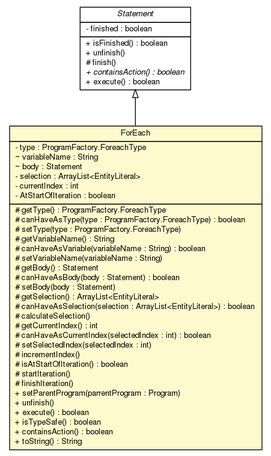
This is doc/model/programs/parsing/language/statement/ForEach.png from sinopeus/asteroids, a Graphviz export, as it was before one commit. Its source is kept beside it as doc/model/programs/parsing/language/statement/ForEach.dot.
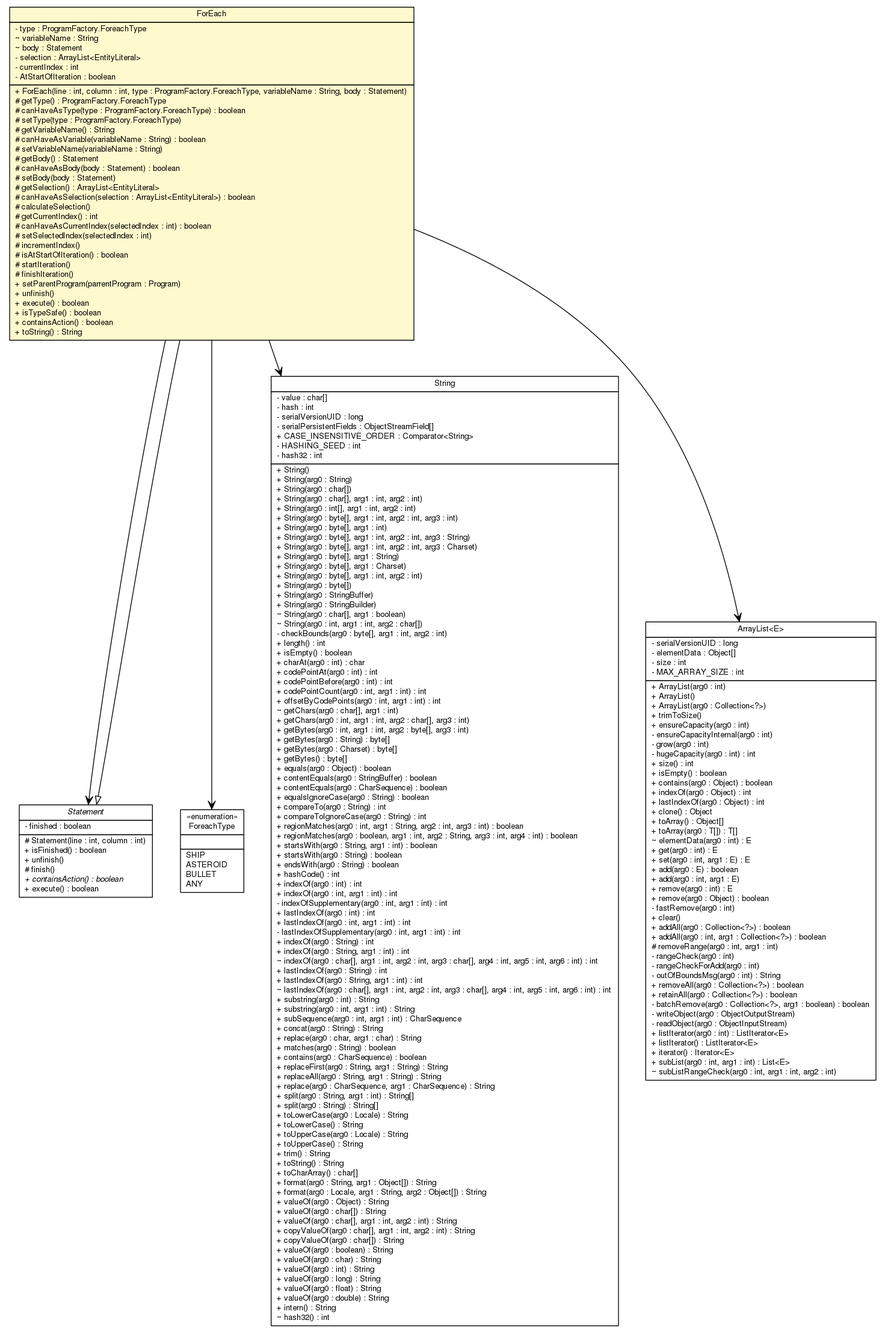
The same file after the commit.

What changed in the source:
```diff
@@ -4,7 +4,22 @@
 	node [fontname="Helvetica",fontsize=10,shape=plaintext];
 	nodesep=0.25;
 	ranksep=0.5;
-	c10129 [label=<<table title="model.programs.parsing.language.statement.Statement" border="0" cellborder="1" cellspacing="0" cellpadding="2" port="p" href="./Statement.html">
+	c10107 [label=<<table title="model.programs.parsing.ProgramFactory.ForeachType" border="0" cellborder="1" cellspacing="0" cellpadding="2" port="p" href="../../ProgramFactory.ForeachType.html">
+		<tr><td><table border="0" cellspacing="0" cellpadding="1">
+<tr><td align="center" balign="center"> &#171;enumeration&#187; </td></tr>
+<tr><td align="center" balign="center"> ForeachType </td></tr>
+		</table></td></tr>
+		<tr><td><table border="0" cellspacing="0" cellpadding="1">
+<tr><td align="left" balign="left">  </td></tr>
+		</table></td></tr>
+		<tr><td><table border="0" cellspacing="0" cellpadding="1">
+<tr><td align="left" balign="left"> SHIP </td></tr>
+<tr><td align="left" balign="left"> ASTEROID </td></tr>
+<tr><td align="left" balign="left"> BULLET </td></tr>
+<tr><td align="left" balign="left"> ANY </td></tr>
+		</table></td></tr>
+		</table>>, URL="../../ProgramFactory.ForeachType.html", fontname="Helvetica", fontcolor="black", fontsize=10.0];
+	c10172 [label=<<table title="model.programs.parsing.language.statement.Statement" border="0" cellborder="1" cellspacing="0" cellpadding="2" port="p" href="./Statement.html">
 		<tr><td><table border="0" cellspacing="0" cellpadding="1">
 <tr><td align="center" balign="center"><font face="Helvetica-Oblique"> Statement </font></td></tr>
 		</table></td></tr>
@@ -12,6 +27,7 @@
 <tr><td align="left" balign="left"> - finished : boolean </td></tr>
 		</table></td></tr>
 		<tr><td><table border="0" cellspacing="0" cellpadding="1">
+<tr><td align="left" balign="left"> # Statement(line : int, column : int) </td></tr>
 <tr><td align="left" balign="left"> + isFinished() : boolean </td></tr>
 <tr><td align="left" balign="left"> + unfinish() </td></tr>
 <tr><td align="left" balign="left"> # finish() </td></tr>
@@ -19,7 +35,7 @@
 <tr><td align="left" balign="left"> + execute() : boolean </td></tr>
 		</table></td></tr>
 		</table>>, URL="./Statement.html", fontname="Helvetica", fontcolor="black", fontsize=10.0];
-	c10130 [label=<<table title="model.programs.parsing.language.statement.ForEach" border="0" cellborder="1" cellspacing="0" cellpadding="2" port="p" bgcolor="lemonChiffon" href="./ForEach.html">
+	c10173 [label=<<table title="model.programs.parsing.language.statement.ForEach" border="0" cellborder="1" cellspacing="0" cellpadding="2" port="p" bgcolor="lemonChiffon" href="./ForEach.html">
 		<tr><td><table border="0" cellspacing="0" cellpadding="1">
 <tr><td align="center" balign="center"> ForEach </td></tr>
 		</table></td></tr>
@@ -32,6 +48,7 @@
 <tr><td align="left" balign="left"> - AtStartOfIteration : boolean </td></tr>
 		</table></td></tr>
 		<tr><td><table border="0" cellspacing="0" cellpadding="1">
+<tr><td align="left" balign="left"> + ForEach(line : int, column : int, type : ProgramFactory.ForeachType, variableName : String, body : Statement) </td></tr>
 <tr><td align="left" balign="left"> # getType() : ProgramFactory.ForeachType </td></tr>
 <tr><td align="left" balign="left"> # canHaveAsType(type : ProgramFactory.ForeachType) : boolean </td></tr>
 <tr><td align="left" balign="left"> # setType(type : ProgramFactory.ForeachType) </td></tr>
@@ -59,5 +76,168 @@
 <tr><td align="left" balign="left"> + toString() : String </td></tr>
 		</table></td></tr>
 		</table>>, URL="./ForEach.html", fontname="Helvetica", fontcolor="black", fontsize=10.0];
-	c10129:p -> c10130:p [dir=back,arrowtail=empty];
+	c10172:p -> c10173:p [dir=back,arrowtail=empty];
+	c10173:p -> c10107:p [taillabel="", label="", headlabel="", fontname="Helvetica", fontcolor="black", fontsize=10.0, color="black", arrowhead=open];
+	c10173:p -> c10206:p [taillabel="", label="", headlabel="", fontname="Helvetica", fontcolor="black", fontsize=10.0, color="black", arrowhead=open];
+	c10173:p -> c10172:p [taillabel="", label="", headlabel="", fontname="Helvetica", fontcolor="black", fontsize=10.0, color="black", arrowhead=open];
+	c10173:p -> c10207:p [taillabel="", label="", headlabel="", fontname="Helvetica", fontcolor="black", fontsize=10.0, color="black", arrowhead=open];
+	c10207 [label=<<table title="java.util.ArrayList" border="0" cellborder="1" cellspacing="0" cellpadding="2" port="p" href="http://java.sun.com/j2se/1.4.2/docs/api/java/util/ArrayList.html">
+		<tr><td><table border="0" cellspacing="0" cellpadding="1">
+<tr><td align="center" balign="center"> ArrayList&lt;E&gt; </td></tr>
+		</table></td></tr>
+		<tr><td><table border="0" cellspacing="0" cellpadding="1">
+<tr><td align="left" balign="left"> - serialVersionUID : long </td></tr>
+<tr><td align="left" balign="left"> - elementData : Object[] </td></tr>
+<tr><td align="left" balign="left"> - size : int </td></tr>
+<tr><td align="left" balign="left"> - MAX_ARRAY_SIZE : int </td></tr>
+		</table></td></tr>
+		<tr><td><table border="0" cellspacing="0" cellpadding="1">
+<tr><td align="left" balign="left"> + ArrayList(arg0 : int) </td></tr>
+<tr><td align="left" balign="left"> + ArrayList() </td></tr>
+<tr><td align="left" balign="left"> + ArrayList(arg0 : Collection&lt;?&gt;) </td></tr>
+<tr><td align="left" balign="left"> + trimToSize() </td></tr>
+<tr><td align="left" balign="left"> + ensureCapacity(arg0 : int) </td></tr>
+<tr><td align="left" balign="left"> - ensureCapacityInternal(arg0 : int) </td></tr>
+<tr><td align="left" balign="left"> - grow(arg0 : int) </td></tr>
+<tr><td align="left" balign="left"> - hugeCapacity(arg0 : int) : int </td></tr>
+<tr><td align="left" balign="left"> + size() : int </td></tr>
+<tr><td align="left" balign="left"> + isEmpty() : boolean </td></tr>
+<tr><td align="left" balign="left"> + contains(arg0 : Object) : boolean </td></tr>
+<tr><td align="left" balign="left"> + indexOf(arg0 : Object) : int </td></tr>
+<tr><td align="left" balign="left"> + lastIndexOf(arg0 : Object) : int </td></tr>
+<tr><td align="left" balign="left"> + clone() : Object </td></tr>
+<tr><td align="left" balign="left"> + toArray() : Object[] </td></tr>
+<tr><td align="left" balign="left"> + toArray(arg0 : T[]) : T[] </td></tr>
+<tr><td align="left" balign="left"> ~ elementData(arg0 : int) : E </td></tr>
+<tr><td align="left" balign="left"> + get(arg0 : int) : E </td></tr>
+<tr><td align="left" balign="left"> + set(arg0 : int, arg1 : E) : E </td></tr>
+<tr><td align="left" balign="left"> + add(arg0 : E) : boolean </td></tr>
+<tr><td align="left" balign="left"> + add(arg0 : int, arg1 : E) </td></tr>
+<tr><td align="left" balign="left"> + remove(arg0 : int) : E </td></tr>
+<tr><td align="left" balign="left"> + remove(arg0 : Object) : boolean </td></tr>
+<tr><td align="left" balign="left"> - fastRemove(arg0 : int) </td></tr>
+<tr><td align="left" balign="left"> + clear() </td></tr>
+<tr><td align="left" balign="left"> + addAll(arg0 : Collection&lt;?&gt;) : boolean </td></tr>
+<tr><td align="left" balign="left"> + addAll(arg0 : int, arg1 : Collection&lt;?&gt;) : boolean </td></tr>
+<tr><td align="left" balign="left"> # removeRange(arg0 : int, arg1 : int) </td></tr>
+<tr><td align="left" balign="left"> - rangeCheck(arg0 : int) </td></tr>
+<tr><td align="left" balign="left"> - rangeCheckForAdd(arg0 : int) </td></tr>
+<tr><td align="left" balign="left"> - outOfBoundsMsg(arg0 : int) : String </td></tr>
+<tr><td align="left" balign="left"> + removeAll(arg0 : Collection&lt;?&gt;) : boolean </td></tr>
+<tr><td align="left" balign="left"> + retainAll(arg0 : Collection&lt;?&gt;) : boolean </td></tr>
+<tr><td align="left" balign="left"> - batchRemove(arg0 : Collection&lt;?&gt;, arg1 : boolean) : boolean </td></tr>
+<tr><td align="left" balign="left"> - writeObject(arg0 : ObjectOutputStream) </td></tr>
+<tr><td align="left" balign="left"> - readObject(arg0 : ObjectInputStream) </td></tr>
+<tr><td align="left" balign="left"> + listIterator(arg0 : int) : ListIterator&lt;E&gt; </td></tr>
+<tr><td align="left" balign="left"> + listIterator() : ListIterator&lt;E&gt; </td></tr>
+<tr><td align="left" balign="left"> + iterator() : Iterator&lt;E&gt; </td></tr>
+<tr><td align="left" balign="left"> + subList(arg0 : int, arg1 : int) : List&lt;E&gt; </td></tr>
+<tr><td align="left" balign="left"> ~ subListRangeCheck(arg0 : int, arg1 : int, arg2 : int) </td></tr>
+		</table></td></tr>
+		</table>>, URL="http://java.sun.com/j2se/1.4.2/docs/api/java/util/ArrayList.html", fontname="Helvetica", fontcolor="black", fontsize=10.0];
+	c10206 [label=<<table title="java.lang.String" border="0" cellborder="1" cellspacing="0" cellpadding="2" port="p" href="http://java.sun.com/j2se/1.4.2/docs/api/java/lang/String.html">
+		<tr><td><table border="0" cellspacing="0" cellpadding="1">
+<tr><td align="center" balign="center"> String </td></tr>
+		</table></td></tr>
+		<tr><td><table border="0" cellspacing="0" cellpadding="1">
+<tr><td align="left" balign="left"> - value : char[] </td></tr>
+<tr><td align="left" balign="left"> - hash : int </td></tr>
+<tr><td align="left" balign="left"> - serialVersionUID : long </td></tr>
+<tr><td align="left" balign="left"> - serialPersistentFields : ObjectStreamField[] </td></tr>
+<tr><td align="left" balign="left"> + CASE_INSENSITIVE_ORDER : Comparator&lt;String&gt; </td></tr>
+<tr><td align="left" balign="left"> - HASHING_SEED : int </td></tr>
+<tr><td align="left" balign="left"> - hash32 : int </td></tr>
+		</table></td></tr>
+		<tr><td><table border="0" cellspacing="0" cellpadding="1">
+<tr><td align="left" balign="left"> + String() </td></tr>
+<tr><td align="left" balign="left"> + String(arg0 : String) </td></tr>
+<tr><td align="left" balign="left"> + String(arg0 : char[]) </td></tr>
+<tr><td align="left" balign="left"> + String(arg0 : char[], arg1 : int, arg2 : int) </td></tr>
+<tr><td align="left" balign="left"> + String(arg0 : int[], arg1 : int, arg2 : int) </td></tr>
+<tr><td align="left" balign="left"> + String(arg0 : byte[], arg1 : int, arg2 : int, arg3 : int) </td></tr>
+<tr><td align="left" balign="left"> + String(arg0 : byte[], arg1 : int) </td></tr>
+<tr><td align="left" balign="left"> + String(arg0 : byte[], arg1 : int, arg2 : int, arg3 : String) </td></tr>
+<tr><td align="left" balign="left"> + String(arg0 : byte[], arg1 : int, arg2 : int, arg3 : Charset) </td></tr>
+<tr><td align="left" balign="left"> + String(arg0 : byte[], arg1 : String) </td></tr>
+<tr><td align="left" balign="left"> + String(arg0 : byte[], arg1 : Charset) </td></tr>
+<tr><td align="left" balign="left"> + String(arg0 : byte[], arg1 : int, arg2 : int) </td></tr>
+<tr><td align="left" balign="left"> + String(arg0 : byte[]) </td></tr>
+<tr><td align="left" balign="left"> + String(arg0 : StringBuffer) </td></tr>
+<tr><td align="left" balign="left"> + String(arg0 : StringBuilder) </td></tr>
+<tr><td align="left" balign="left"> ~ String(arg0 : char[], arg1 : boolean) </td></tr>
+<tr><td align="left" balign="left"> ~ String(arg0 : int, arg1 : int, arg2 : char[]) </td></tr>
+<tr><td align="left" balign="left"> - checkBounds(arg0 : byte[], arg1 : int, arg2 : int) </td></tr>
+<tr><td align="left" balign="left"> + length() : int </td></tr>
+<tr><td align="left" balign="left"> + isEmpty() : boolean </td></tr>
+<tr><td align="left" balign="left"> + charAt(arg0 : int) : char </td></tr>
+<tr><td align="left" balign="left"> + codePointAt(arg0 : int) : int </td></tr>
+<tr><td align="left" balign="left"> + codePointBefore(arg0 : int) : int </td></tr>
+<tr><td align="left" balign="left"> + codePointCount(arg0 : int, arg1 : int) : int </td></tr>
+<tr><td align="left" balign="left"> + offsetByCodePoints(arg0 : int, arg1 : int) : int </td></tr>
+<tr><td align="left" balign="left"> ~ getChars(arg0 : char[], arg1 : int) </td></tr>
+<tr><td align="left" balign="left"> + getChars(arg0 : int, arg1 : int, arg2 : char[], arg3 : int) </td></tr>
+<tr><td align="left" balign="left"> + getBytes(arg0 : int, arg1 : int, arg2 : byte[], arg3 : int) </td></tr>
+<tr><td align="left" balign="left"> + getBytes(arg0 : String) : byte[] </td></tr>
+<tr><td align="left" balign="left"> + getBytes(arg0 : Charset) : byte[] </td></tr>
+<tr><td align="left" balign="left"> + getBytes() : byte[] </td></tr>
+<tr><td align="left" balign="left"> + equals(arg0 : Object) : boolean </td></tr>
+<tr><td align="left" balign="left"> + contentEquals(arg0 : StringBuffer) : boolean </td></tr>
+<tr><td align="left" balign="left"> + contentEquals(arg0 : CharSequence) : boolean </td></tr>
+<tr><td align="left" balign="left"> + equalsIgnoreCase(arg0 : String) : boolean </td></tr>
+<tr><td align="left" balign="left"> + compareTo(arg0 : String) : int </td></tr>
+<tr><td align="left" balign="left"> + compareToIgnoreCase(arg0 : String) : int </td></tr>
+<tr><td align="left" balign="left"> + regionMatches(arg0 : int, arg1 : String, arg2 : int, arg3 : int) : boolean </td></tr>
+<tr><td align="left" balign="left"> + regionMatches(arg0 : boolean, arg1 : int, arg2 : String, arg3 : int, arg4 : int) : boolean </td></tr>
+<tr><td align="left" balign="left"> + startsWith(arg0 : String, arg1 : int) : boolean </td></tr>
+<tr><td align="left" balign="left"> + startsWith(arg0 : String) : boolean </td></tr>
+<tr><td align="left" balign="left"> + endsWith(arg0 : String) : boolean </td></tr>
+<tr><td align="left" balign="left"> + hashCode() : int </td></tr>
+<tr><td align="left" balign="left"> + indexOf(arg0 : int) : int </td></tr>
+<tr><td align="left" balign="left"> + indexOf(arg0 : int, arg1 : int) : int </td></tr>
+<tr><td align="left" balign="left"> - indexOfSupplementary(arg0 : int, arg1 : int) : int </td></tr>
+<tr><td align="left" balign="left"> + lastIndexOf(arg0 : int) : int </td></tr>
+<tr><td align="left" balign="left"> + lastIndexOf(arg0 : int, arg1 : int) : int </td></tr>
+<tr><td align="left" balign="left"> - lastIndexOfSupplementary(arg0 : int, arg1 : int) : int </td></tr>
+<tr><td align="left" balign="left"> + indexOf(arg0 : String) : int </td></tr>
+<tr><td align="left" balign="left"> + indexOf(arg0 : String, arg1 : int) : int </td></tr>
+<tr><td align="left" balign="left"> ~ indexOf(arg0 : char[], arg1 : int, arg2 : int, arg3 : char[], arg4 : int, arg5 : int, arg6 : int) : int </td></tr>
+<tr><td align="left" balign="left"> + lastIndexOf(arg0 : String) : int </td></tr>
+<tr><td align="left" balign="left"> + lastIndexOf(arg0 : String, arg1 : int) : int </td></tr>
+<tr><td align="left" balign="left"> ~ lastIndexOf(arg0 : char[], arg1 : int, arg2 : int, arg3 : char[], arg4 : int, arg5 : int, arg6 : int) : int </td></tr>
+<tr><td align="left" balign="left"> + substring(arg0 : int) : String </td></tr>
+<tr><td align="left" balign="left"> + substring(arg0 : int, arg1 : int) : String </td></tr>
+<tr><td align="left" balign="left"> + subSequence(arg0 : int, arg1 : int) : CharSequence </td></tr>
+<tr><td align="left" balign="left"> + concat(arg0 : String) : String </td></tr>
+<tr><td align="left" balign="left"> + replace(arg0 : char, arg1 : char) : String </td></tr>
+<tr><td align="left" balign="left"> + matches(arg0 : String) : boolean </td></tr>
+<tr><td align="left" balign="left"> + contains(arg0 : CharSequence) : boolean </td></tr>
+<tr><td align="left" balign="left"> + replaceFirst(arg0 : String, arg1 : String) : String </td></tr>
+<tr><td align="left" balign="left"> + replaceAll(arg0 : String, arg1 : String) : String </td></tr>
+<tr><td align="left" balign="left"> + replace(arg0 : CharSequence, arg1 : CharSequence) : String </td></tr>
+<tr><td align="left" balign="left"> + split(arg0 : String, arg1 : int) : String[] </td></tr>
+<tr><td align="left" balign="left"> + split(arg0 : String) : String[] </td></tr>
+<tr><td align="left" balign="left"> + toLowerCase(arg0 : Locale) : String </td></tr>
+<tr><td align="left" balign="left"> + toLowerCase() : String </td></tr>
+<tr><td align="left" balign="left"> + toUpperCase(arg0 : Locale) : String </td></tr>
+<tr><td align="left" balign="left"> + toUpperCase() : String </td></tr>
+<tr><td align="left" balign="left"> + trim() : String </td></tr>
+<tr><td align="left" balign="left"> + toString() : String </td></tr>
+<tr><td align="left" balign="left"> + toCharArray() : char[] </td></tr>
+<tr><td align="left" balign="left"> + format(arg0 : String, arg1 : Object[]) : String </td></tr>
+<tr><td align="left" balign="left"> + format(arg0 : Locale, arg1 : String, arg2 : Object[]) : String </td></tr>
+<tr><td align="left" balign="left"> + valueOf(arg0 : Object) : String </td></tr>
+<tr><td align="left" balign="left"> + valueOf(arg0 : char[]) : String </td></tr>
+<tr><td align="left" balign="left"> + valueOf(arg0 : char[], arg1 : int, arg2 : int) : String </td></tr>
+<tr><td align="left" balign="left"> + copyValueOf(arg0 : char[], arg1 : int, arg2 : int) : String </td></tr>
+<tr><td align="left" balign="left"> + copyValueOf(arg0 : char[]) : String </td></tr>
+<tr><td align="left" balign="left"> + valueOf(arg0 : boolean) : String </td></tr>
+<tr><td align="left" balign="left"> + valueOf(arg0 : char) : String </td></tr>
+<tr><td align="left" balign="left"> + valueOf(arg0 : int) : String </td></tr>
+<tr><td align="left" balign="left"> + valueOf(arg0 : long) : String </td></tr>
+<tr><td align="left" balign="left"> + valueOf(arg0 : float) : String </td></tr>
+<tr><td align="left" balign="left"> + valueOf(arg0 : double) : String </td></tr>
+<tr><td align="left" balign="left"> + intern() : String </td></tr>
+<tr><td align="left" balign="left"> ~ hash32() : int </td></tr>
+		</table></td></tr>
+		</table>>, URL="http://java.sun.com/j2se/1.4.2/docs/api/java/lang/String.html", fontname="Helvetica", fontcolor="black", fontsize=10.0];
 }
```
